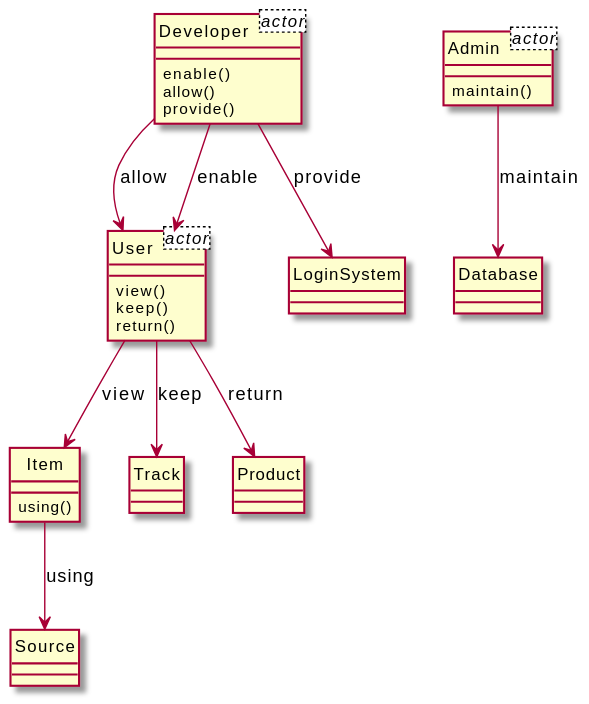
Earlier version of the PlantUML export output/diagram_5/2019-USC-Project09.svg (xixixhalu/DomainModelExtractor). Its diagram source:
```plantuml
@startuml
hide circle
class User<actor> {
}
class Developer<actor> {
}
class Admin<actor> {
}
class Developer {
	enable()
	allow()
	provide()
}
class User {
	view()
	keep()
	return()
}
class Item {
	using()
}
class Source {
}
class Track {
}
class Product {
}
class Admin {
	maintain()
}
class Database {
}
class LoginSystem {
}
User --> Track : keep
Developer --> User : allow
Admin --> Database : maintain
Developer --> User : enable
Developer --> LoginSystem : provide
User --> Product : return
Item --> Source : using
User --> Item : view
@enduml
```
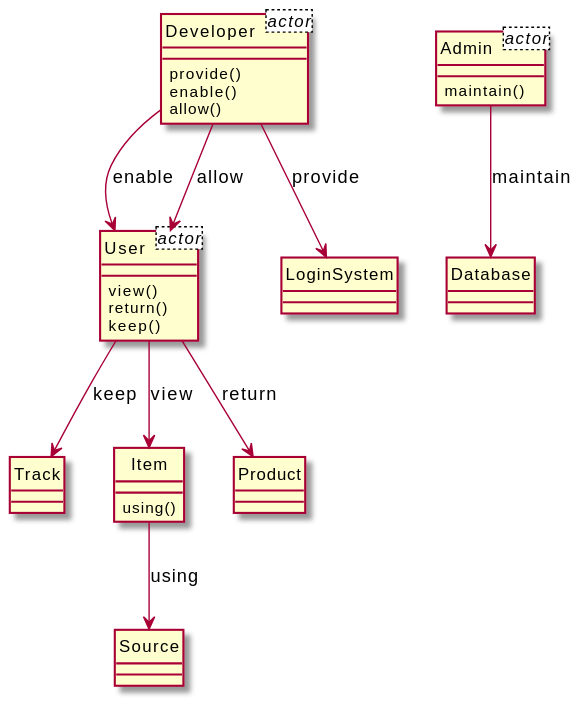
Later version of the same file.

What changed in the source:
```diff
@@ -6,38 +6,38 @@
 }
 class Admin<actor> {
 }
-class Developer {
-	enable()
-	allow()
-	provide()
-}
 class User {
 	view()
+	return()
 	keep()
-	return()
+}
+class Track {
 }
 class Item {
 	using()
 }
-class Source {
+class Developer {
+	provide()
+	enable()
+	allow()
 }
-class Track {
+class LoginSystem {
 }
 class Product {
+}
+class Source {
 }
 class Admin {
 	maintain()
 }
 class Database {
 }
-class LoginSystem {
-}
+Item --> Source : using
+Developer --> LoginSystem : provide
 User --> Track : keep
-Developer --> User : allow
+User --> Product : return
+User --> Item : view
 Admin --> Database : maintain
 Developer --> User : enable
-Developer --> LoginSystem : provide
-User --> Product : return
-Item --> Source : using
-User --> Item : view
+Developer --> User : allow
 @enduml
```
